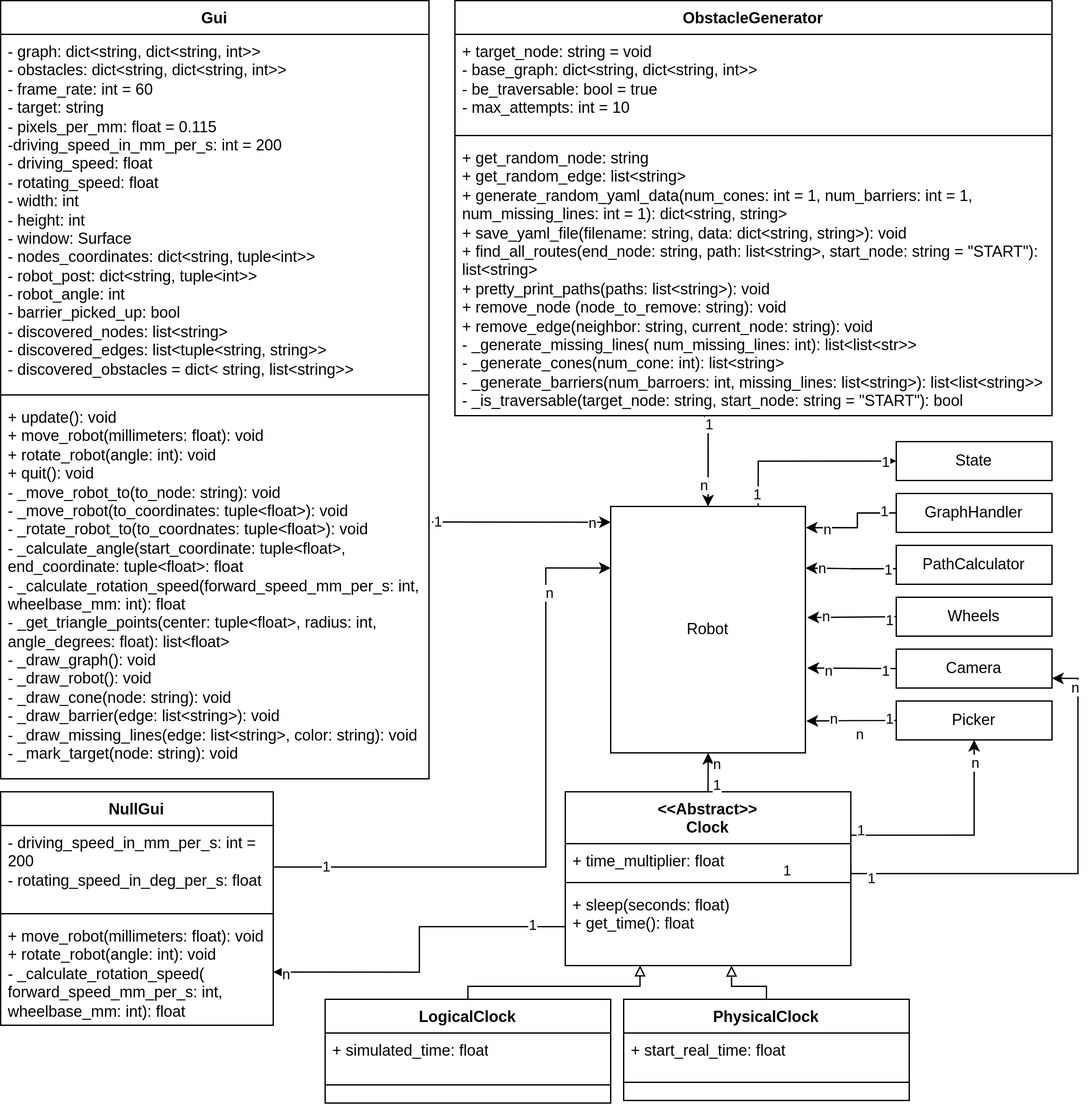
This is assets/informatik-prototyp/simulator/simulator-simulator-erd.png from ameyer3/hslu-pren-1, a draw.io export, as it was before one commit. Source tidied: cells renumbered, new cells last; positions are measured from the earlier drawing's top-left corner, leaving out a move shared by most shapes.
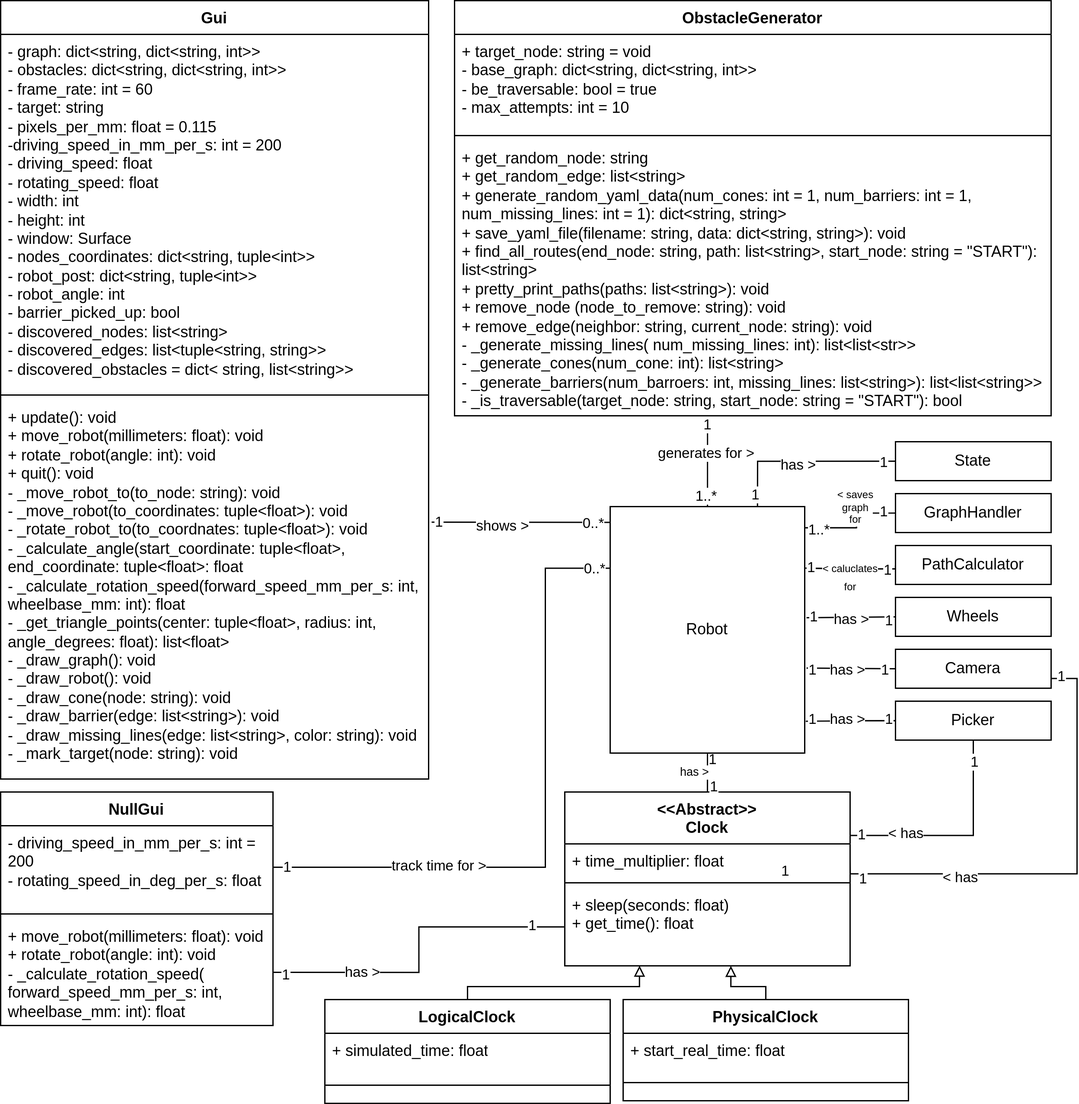
Above is the later version.

Diff of the diagram source:
```diff
@@ -4,3 +4,3 @@
     <mxCell id="1" parent="0" />
-    <mxCell id="2" style="edgeStyle=orthogonalEdgeStyle;rounded=0;jettySize=auto;html=1;entryX=0;entryY=0.5;entryDx=0;entryDy=0;exitX=0.909;exitY=0.001;exitDx=0;exitDy=0;exitPerimeter=0;" parent="1" edge="1" target="67">
+    <mxCell id="2" style="edgeStyle=orthogonalEdgeStyle;rounded=0;jettySize=auto;html=1;entryX=0;entryY=0.5;entryDx=0;entryDy=0;exitX=0.909;exitY=0.001;exitDx=0;exitDy=0;exitPerimeter=0;endArrow=none;endFill=0;" parent="1" edge="1" target="67">
       <mxGeometry relative="1" as="geometry">
@@ -22,2 +22,5 @@
     </mxCell>
+    <mxCell id="74" value="has &amp;gt;" style="edgeLabel;html=1;align=center;verticalAlign=middle;" parent="2" vertex="1">
+      <mxGeometry x="-0.07" y="-2" relative="1" as="geometry" />
+    </mxCell>
     <mxCell id="5" value="&amp;lt;&amp;lt;Abstract&amp;gt;&amp;gt;&lt;br&gt;Clock" style="swimlane;fontStyle=1;align=center;verticalAlign=top;horizontal=1;startSize=40;whiteSpace=wrap;html=1;" parent="1" vertex="1">
@@ -58,3 +61,3 @@
     </mxCell>
-    <mxCell id="17" style="edgeStyle=orthogonalEdgeStyle;rounded=0;jettySize=auto;html=1;exitX=1;exitY=0.5;exitDx=0;exitDy=0;entryX=1;entryY=0.75;entryDx=0;entryDy=0;" parent="1" edge="1" source="6" target="69">
+    <mxCell id="17" style="edgeStyle=orthogonalEdgeStyle;rounded=0;jettySize=auto;html=1;exitX=1;exitY=0.5;exitDx=0;exitDy=0;entryX=1;entryY=0.75;entryDx=0;entryDy=0;endArrow=none;endFill=0;" parent="1" edge="1" source="6" target="69">
       <mxGeometry relative="1" as="geometry">
@@ -71,13 +74,15 @@
     </mxCell>
-    <mxCell id="19" value="n" style="edgeLabel;html=1;align=center;verticalAlign=middle;" parent="17" vertex="1">
-      <mxGeometry x="0.63" y="-1" relative="1" as="geometry">
-        <mxPoint x="-170" y="-4" as="offset" />
-      </mxGeometry>
-    </mxCell>
     <mxCell id="20" value="1" style="edgeLabel;html=1;align=center;verticalAlign=middle;" parent="17" vertex="1">
-      <mxGeometry x="-0.86" y="-3" relative="1" as="geometry" />
+      <mxGeometry x="-0.86" y="-3" relative="1" as="geometry">
+        <mxPoint x="-5" as="offset" />
+      </mxGeometry>
     </mxCell>
-    <mxCell id="21" value="n" style="edgeLabel;html=1;align=center;verticalAlign=middle;" parent="17" vertex="1">
-      <mxGeometry x="0.85" y="3" relative="1" as="geometry" />
+    <mxCell id="21" value="1" style="edgeLabel;html=1;align=center;verticalAlign=middle;" parent="17" vertex="1">
+      <mxGeometry x="0.85" y="3" relative="1" as="geometry">
+        <mxPoint x="-10" y="-8" as="offset" />
+      </mxGeometry>
     </mxCell>
+    <mxCell id="75" value="&amp;lt; has" style="edgeLabel;html=1;align=center;verticalAlign=middle;" parent="17" vertex="1">
+      <mxGeometry x="-0.47" y="-2" relative="1" as="geometry" />
+    </mxCell>
     <mxCell id="22" value="PhysicalClock" style="swimlane;fontStyle=1;align=center;verticalAlign=top;horizontal=1;startSize=26;whiteSpace=wrap;html=1;" parent="1" vertex="1">
@@ -116,3 +121,3 @@
     </mxCell>
-    <mxCell id="30" style="edgeStyle=orthogonalEdgeStyle;rounded=0;jettySize=auto;html=1;entryX=0.001;entryY=0.064;entryDx=0;entryDy=0;entryPerimeter=0;exitX=1.007;exitY=0.322;exitDx=0;exitDy=0;exitPerimeter=0;" parent="1" edge="1" source="36" target="73">
+    <mxCell id="30" style="edgeStyle=orthogonalEdgeStyle;rounded=0;jettySize=auto;html=1;entryX=0.001;entryY=0.064;entryDx=0;entryDy=0;entryPerimeter=0;exitX=1.007;exitY=0.322;exitDx=0;exitDy=0;exitPerimeter=0;endArrow=none;endFill=0;" parent="1" edge="1" source="36" target="73">
       <mxGeometry relative="1" as="geometry">
@@ -127,7 +132,10 @@
     </mxCell>
-    <mxCell id="32" value="n" style="edgeLabel;html=1;align=center;verticalAlign=middle;" parent="30" vertex="1">
+    <mxCell id="32" value="0..*" style="edgeLabel;html=1;align=center;verticalAlign=middle;" parent="30" vertex="1">
       <mxGeometry x="0.89" relative="1" as="geometry">
-        <mxPoint x="-8" as="offset" />
+        <mxPoint x="-6" as="offset" />
       </mxGeometry>
     </mxCell>
+    <mxCell id="76" value="shows &amp;gt;" style="edgeLabel;html=1;align=center;verticalAlign=middle;" parent="30" vertex="1">
+      <mxGeometry x="-0.21" y="-2" relative="1" as="geometry" />
+    </mxCell>
     <mxCell id="33" value="Gui" style="swimlane;fontStyle=1;align=center;verticalAlign=top;horizontal=1;startSize=26;whiteSpace=wrap;html=1;" parent="1" vertex="1">
@@ -144,3 +152,3 @@
     </mxCell>
-    <mxCell id="37" style="edgeStyle=orthogonalEdgeStyle;rounded=0;jettySize=auto;html=1;exitX=0;exitY=0.5;exitDx=0;exitDy=0;entryX=1;entryY=0.5;entryDx=0;entryDy=0;" parent="1" edge="1" source="8" target="12">
+    <mxCell id="37" style="edgeStyle=orthogonalEdgeStyle;rounded=0;jettySize=auto;html=1;exitX=0;exitY=0.5;exitDx=0;exitDy=0;entryX=1;entryY=0.5;entryDx=0;entryDy=0;endArrow=none;endFill=0;" parent="1" edge="1" source="8" target="12">
       <mxGeometry relative="1" as="geometry" />
@@ -152,3 +160,3 @@
     </mxCell>
-    <mxCell id="39" value="n" style="edgeLabel;html=1;align=center;verticalAlign=middle;" parent="37" vertex="1">
+    <mxCell id="39" value="1" style="edgeLabel;html=1;align=center;verticalAlign=middle;" parent="37" vertex="1">
       <mxGeometry x="0.38" y="-2" relative="1" as="geometry">
@@ -157,3 +165,6 @@
     </mxCell>
+    <mxCell id="77" value="has &amp;gt;" style="edgeLabel;html=1;align=center;verticalAlign=middle;" parent="37" vertex="1">
+      <mxGeometry x="0.48" y="-1" relative="1" as="geometry" />
+    </mxCell>
-    <mxCell id="40" style="edgeStyle=orthogonalEdgeStyle;rounded=0;jettySize=auto;html=1;exitX=1;exitY=0.25;exitDx=0;exitDy=0;entryX=0.5;entryY=1;entryDx=0;entryDy=0;" parent="1" edge="1" source="5" target="68">
+    <mxCell id="40" style="edgeStyle=orthogonalEdgeStyle;rounded=0;jettySize=auto;html=1;exitX=1;exitY=0.25;exitDx=0;exitDy=0;entryX=0.5;entryY=1;entryDx=0;entryDy=0;endArrow=none;endFill=0;" parent="1" edge="1" source="5" target="68">
       <mxGeometry relative="1" as="geometry">
@@ -165,5 +176,7 @@
     <mxCell id="41" value="1" style="edgeLabel;html=1;align=center;verticalAlign=middle;" parent="40" vertex="1">
-      <mxGeometry x="-0.91" y="4" relative="1" as="geometry" />
+      <mxGeometry x="-0.91" y="4" relative="1" as="geometry">
+        <mxPoint x="1" y="3" as="offset" />
+      </mxGeometry>
     </mxCell>
-    <mxCell id="42" value="n" style="edgeLabel;html=1;align=center;verticalAlign=middle;" parent="40" vertex="1">
+    <mxCell id="42" value="1" style="edgeLabel;html=1;align=center;verticalAlign=middle;" parent="40" vertex="1">
       <mxGeometry x="0.82" relative="1" as="geometry">
@@ -172,3 +185,6 @@
     </mxCell>
+    <mxCell id="78" value="&amp;lt; has" style="edgeLabel;html=1;align=center;verticalAlign=middle;" parent="40" vertex="1">
+      <mxGeometry x="-0.5" y="2" relative="1" as="geometry" />
+    </mxCell>
-    <mxCell id="43" style="edgeStyle=orthogonalEdgeStyle;rounded=0;jettySize=auto;html=1;exitX=0.5;exitY=0;exitDx=0;exitDy=0;jumpStyle=line;" parent="1" edge="1" source="5" target="73">
+    <mxCell id="43" style="edgeStyle=orthogonalEdgeStyle;rounded=0;jettySize=auto;html=1;exitX=0.5;exitY=0;exitDx=0;exitDy=0;jumpStyle=line;endArrow=none;endFill=0;" parent="1" edge="1" source="5" target="73">
       <mxGeometry relative="1" as="geometry">
@@ -182,11 +198,16 @@
       <mxGeometry x="-0.61" y="-2" relative="1" as="geometry">
-        <mxPoint x="4" as="offset" />
+        <mxPoint x="2" y="1" as="offset" />
       </mxGeometry>
     </mxCell>
+    <mxCell id="79" value="has &amp;gt;" style="edgeLabel;html=1;align=center;verticalAlign=middle;fontSize=9;" parent="43" vertex="1">
+      <mxGeometry x="-0.11" y="2" relative="1" as="geometry">
+        <mxPoint x="-9" y="-3" as="offset" />
+      </mxGeometry>
+    </mxCell>
-    <mxCell id="45" value="n" style="edgeLabel;html=1;align=center;verticalAlign=middle;" parent="43" vertex="1">
+    <mxCell id="45" value="1" style="edgeLabel;html=1;align=center;verticalAlign=middle;" parent="43" vertex="1">
       <mxGeometry x="0.44" y="-1" relative="1" as="geometry">
-        <mxPoint x="5" as="offset" />
+        <mxPoint x="2" y="-4" as="offset" />
       </mxGeometry>
     </mxCell>
-    <mxCell id="46" style="edgeStyle=orthogonalEdgeStyle;rounded=0;jettySize=auto;html=1;exitX=1;exitY=0.5;exitDx=0;exitDy=0;entryX=0;entryY=0.25;entryDx=0;entryDy=0;" parent="1" edge="1" source="10" target="73">
+    <mxCell id="46" style="edgeStyle=orthogonalEdgeStyle;rounded=0;jettySize=auto;html=1;exitX=1;exitY=0.5;exitDx=0;exitDy=0;entryX=0;entryY=0.25;entryDx=0;entryDy=0;endArrow=none;endFill=0;" parent="1" edge="1" source="10" target="73">
       <mxGeometry relative="1" as="geometry">
@@ -199,8 +220,15 @@
     <mxCell id="47" value="1" style="edgeLabel;html=1;align=center;verticalAlign=middle;" parent="46" vertex="1">
-      <mxGeometry x="-0.84" y="1" relative="1" as="geometry" />
+      <mxGeometry x="-0.84" y="1" relative="1" as="geometry">
+        <mxPoint x="-30" as="offset" />
+      </mxGeometry>
     </mxCell>
-    <mxCell id="48" value="n" style="edgeLabel;html=1;align=center;verticalAlign=middle;" parent="46" vertex="1">
-      <mxGeometry x="0.72" y="-2" relative="1" as="geometry" />
+    <mxCell id="48" value="0..*" style="edgeLabel;html=1;align=center;verticalAlign=middle;" parent="46" vertex="1">
+      <mxGeometry x="0.72" y="-2" relative="1" as="geometry">
+        <mxPoint x="35" y="-19" as="offset" />
+      </mxGeometry>
     </mxCell>
+    <mxCell id="80" value="track time for &amp;gt;" style="edgeLabel;html=1;align=center;verticalAlign=middle;" parent="46" vertex="1">
+      <mxGeometry x="-0.48" y="2" relative="1" as="geometry" />
+    </mxCell>
-    <mxCell id="49" style="edgeStyle=orthogonalEdgeStyle;rounded=0;jettySize=auto;html=1;exitX=0;exitY=0.5;exitDx=0;exitDy=0;entryX=1.005;entryY=0.871;entryDx=0;entryDy=0;entryPerimeter=0;" parent="1" edge="1" source="68" target="73">
+    <mxCell id="49" style="edgeStyle=orthogonalEdgeStyle;rounded=0;jettySize=auto;html=1;exitX=0;exitY=0.5;exitDx=0;exitDy=0;entryX=1.005;entryY=0.871;entryDx=0;entryDy=0;entryPerimeter=0;endArrow=none;endFill=0;" parent="1" edge="1" source="68" target="73">
       <mxGeometry relative="1" as="geometry" />
@@ -210,8 +238,13 @@
     </mxCell>
-    <mxCell id="51" value="n" style="edgeLabel;html=1;align=center;verticalAlign=middle;rotation=0;" parent="49" vertex="1">
+    <mxCell id="51" value="1" style="edgeLabel;html=1;align=center;verticalAlign=middle;rotation=0;" parent="49" vertex="1">
       <mxGeometry x="0.69" y="-2" relative="1" as="geometry">
-        <mxPoint x="9" as="offset" />
+        <mxPoint x="-6" as="offset" />
       </mxGeometry>
     </mxCell>
+    <mxCell id="81" value="has &amp;gt;" style="edgeLabel;html=1;align=center;verticalAlign=middle;" parent="49" vertex="1">
+      <mxGeometry x="0.3" y="-2" relative="1" as="geometry">
+        <mxPoint x="8" as="offset" />
+      </mxGeometry>
+    </mxCell>
-    <mxCell id="52" style="edgeStyle=orthogonalEdgeStyle;rounded=0;jettySize=auto;html=1;entryX=0.5;entryY=0;entryDx=0;entryDy=0;exitX=0.417;exitY=1.003;exitDx=0;exitDy=0;exitPerimeter=0;" parent="1" edge="1" source="16" target="73">
+    <mxCell id="52" style="edgeStyle=orthogonalEdgeStyle;rounded=0;jettySize=auto;html=1;entryX=0.5;entryY=0;entryDx=0;entryDy=0;exitX=0.417;exitY=1.003;exitDx=0;exitDy=0;exitPerimeter=0;endArrow=none;endFill=0;" parent="1" edge="1" source="16" target="73">
       <mxGeometry relative="1" as="geometry">
@@ -227,8 +260,13 @@
     </mxCell>
-    <mxCell id="54" value="n" style="edgeLabel;html=1;align=center;verticalAlign=middle;" parent="52" vertex="1">
+    <mxCell id="54" value="1..*" style="edgeLabel;html=1;align=center;verticalAlign=middle;" parent="52" vertex="1">
       <mxGeometry x="0.93" y="-2" relative="1" as="geometry">
-        <mxPoint x="-2" y="-15" as="offset" />
+        <mxPoint y="-7" as="offset" />
       </mxGeometry>
     </mxCell>
+    <mxCell id="82" value="generates for &amp;gt;" style="edgeLabel;html=1;align=center;verticalAlign=middle;" parent="52" vertex="1">
+      <mxGeometry x="-0.15" relative="1" as="geometry">
+        <mxPoint x="-2" as="offset" />
+      </mxGeometry>
+    </mxCell>
-    <mxCell id="55" style="edgeStyle=orthogonalEdgeStyle;rounded=0;jettySize=auto;html=1;entryX=1.002;entryY=0.086;entryDx=0;entryDy=0;exitX=0;exitY=0.5;exitDx=0;exitDy=0;entryPerimeter=0;" parent="1" edge="1" source="72" target="73">
+    <mxCell id="55" style="edgeStyle=orthogonalEdgeStyle;rounded=0;jettySize=auto;html=1;entryX=1.002;entryY=0.086;entryDx=0;entryDy=0;exitX=0;exitY=0.5;exitDx=0;exitDy=0;entryPerimeter=0;endArrow=none;endFill=0;" parent="1" edge="1" source="72" target="73">
       <mxGeometry relative="1" as="geometry">
@@ -245,8 +283,8 @@
     </mxCell>
-    <mxCell id="57" value="n" style="edgeLabel;html=1;align=center;verticalAlign=middle;" parent="55" vertex="1">
+    <mxCell id="57" value="1..*" style="edgeLabel;html=1;align=center;verticalAlign=middle;" parent="55" vertex="1">
       <mxGeometry x="0.88" relative="1" as="geometry">
-        <mxPoint x="11" y="1" as="offset" />
+        <mxPoint x="6" y="1" as="offset" />
       </mxGeometry>
     </mxCell>
-    <mxCell id="58" style="edgeStyle=orthogonalEdgeStyle;rounded=0;jettySize=auto;html=1;exitX=0;exitY=0.5;exitDx=0;exitDy=0;entryX=1;entryY=0.25;entryDx=0;entryDy=0;" parent="1" edge="1" source="71" target="73">
+    <mxCell id="58" style="edgeStyle=orthogonalEdgeStyle;rounded=0;jettySize=auto;html=1;exitX=0;exitY=0.5;exitDx=0;exitDy=0;entryX=1;entryY=0.25;entryDx=0;entryDy=0;endArrow=none;endFill=0;" parent="1" edge="1" source="71" target="73">
       <mxGeometry relative="1" as="geometry">
@@ -263,8 +301,13 @@
     </mxCell>
-    <mxCell id="60" value="n" style="edgeLabel;html=1;align=center;verticalAlign=middle;" parent="58" vertex="1">
+    <mxCell id="60" value="1" style="edgeLabel;html=1;align=center;verticalAlign=middle;" parent="58" vertex="1">
       <mxGeometry x="0.73" y="-1" relative="1" as="geometry">
-        <mxPoint x="3" as="offset" />
+        <mxPoint x="-5" as="offset" />
       </mxGeometry>
     </mxCell>
+    <mxCell id="83" value="&lt;font style=&quot;font-size: 8px;&quot;&gt;&amp;lt; caluclates&lt;br&gt;for&lt;/font&gt;" style="edgeLabel;html=1;align=center;verticalAlign=middle;" parent="58" vertex="1">
+      <mxGeometry x="0.12" y="-3" relative="1" as="geometry">
+        <mxPoint x="3" y="8" as="offset" />
+      </mxGeometry>
+    </mxCell>
-    <mxCell id="61" style="edgeStyle=orthogonalEdgeStyle;rounded=0;jettySize=auto;html=1;exitX=0;exitY=0.5;exitDx=0;exitDy=0;entryX=1.009;entryY=0.451;entryDx=0;entryDy=0;entryPerimeter=0;" parent="1" edge="1" source="70" target="73">
+    <mxCell id="61" style="edgeStyle=orthogonalEdgeStyle;rounded=0;jettySize=auto;html=1;exitX=0;exitY=0.5;exitDx=0;exitDy=0;entryX=1.009;entryY=0.451;entryDx=0;entryDy=0;entryPerimeter=0;endArrow=none;endFill=0;" parent="1" edge="1" source="70" target="73">
       <mxGeometry relative="1" as="geometry">
@@ -278,8 +321,11 @@
     </mxCell>
-    <mxCell id="63" value="n" style="edgeLabel;html=1;align=center;verticalAlign=middle;" parent="61" vertex="1">
+    <mxCell id="63" value="1" style="edgeLabel;html=1;align=center;verticalAlign=middle;" parent="61" vertex="1">
       <mxGeometry x="0.76" y="-2" relative="1" as="geometry">
-        <mxPoint x="5" y="1" as="offset" />
+        <mxPoint x="-4" y="1" as="offset" />
       </mxGeometry>
     </mxCell>
+    <mxCell id="84" value="has &amp;gt;" style="edgeLabel;html=1;align=center;verticalAlign=middle;" parent="61" vertex="1">
+      <mxGeometry x="-0.01" y="1" relative="1" as="geometry" />
+    </mxCell>
-    <mxCell id="64" style="edgeStyle=orthogonalEdgeStyle;rounded=0;jettySize=auto;html=1;exitX=0;exitY=0.5;exitDx=0;exitDy=0;entryX=1.009;entryY=0.655;entryDx=0;entryDy=0;entryPerimeter=0;" parent="1" edge="1" source="69" target="73">
+    <mxCell id="64" style="edgeStyle=orthogonalEdgeStyle;rounded=0;jettySize=auto;html=1;exitX=0;exitY=0.5;exitDx=0;exitDy=0;entryX=1.009;entryY=0.655;entryDx=0;entryDy=0;entryPerimeter=0;endArrow=none;endFill=0;" parent="1" edge="1" source="69" target="73">
       <mxGeometry relative="1" as="geometry">
@@ -295,5 +341,10 @@
     </mxCell>
-    <mxCell id="66" value="n" style="edgeLabel;html=1;align=center;verticalAlign=middle;" parent="64" vertex="1">
-      <mxGeometry x="0.56" y="1" relative="1" as="geometry" />
+    <mxCell id="66" value="1" style="edgeLabel;html=1;align=center;verticalAlign=middle;" parent="64" vertex="1">
+      <mxGeometry x="0.56" y="1" relative="1" as="geometry">
+        <mxPoint x="-10" as="offset" />
+      </mxGeometry>
     </mxCell>
+    <mxCell id="85" value="has &amp;gt;" style="edgeLabel;html=1;align=center;verticalAlign=middle;" parent="64" vertex="1">
+      <mxGeometry x="0.11" y="1" relative="1" as="geometry" />
+    </mxCell>
     <mxCell id="67" value="State" style="rounded=0;whiteSpace=wrap;html=1;" parent="1" vertex="1">
@@ -319,2 +370,5 @@
     </mxCell>
+    <mxCell id="86" value="&amp;lt; saves&lt;br&gt;graph&lt;br&gt;for" style="edgeLabel;html=1;align=center;verticalAlign=middle;fontSize=8;" parent="1" vertex="1">
+      <mxGeometry x="658" y="390" as="geometry" />
+    </mxCell>
   </root>
```
